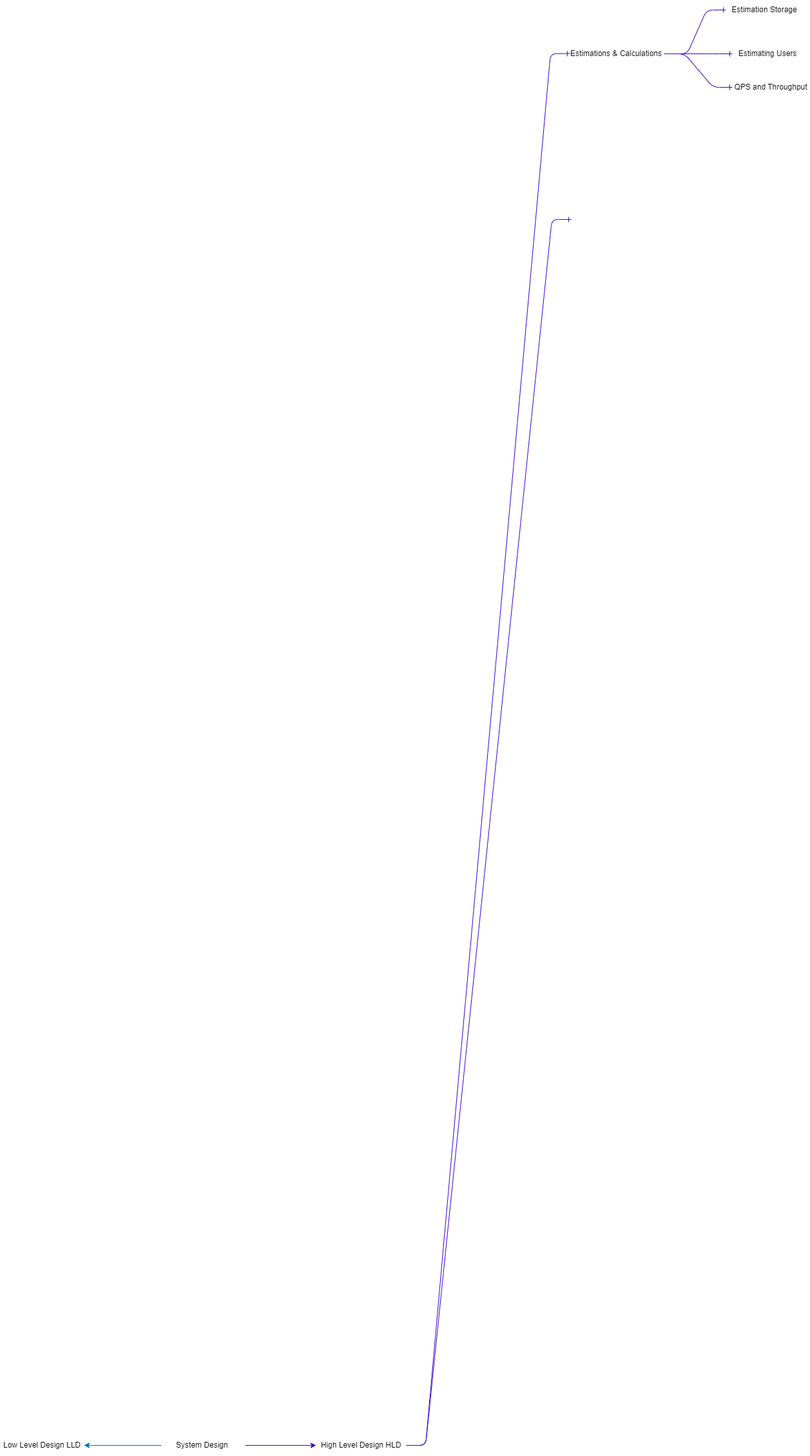
Earlier version of the draw.io export Resources/SystemDesign.drawio.png (srinivasrepo/dsa-programs). Source tidied: cells renumbered, new cells last; positions are measured from the earlier drawing's top-left corner, leaving out a move shared by most shapes. The source it was exported from:
```xml
<mxGraphModel>
  <root>
    <mxCell id="0" />
    <mxCell id="1" parent="0" />
    <mxCell id="2" style="edgeStyle=none;html=1;fillColor=#6a00ff;strokeColor=#3700CC;" parent="1" edge="1" source="4" target="5">
      <mxGeometry relative="1" as="geometry" />
    </mxCell>
    <mxCell id="3" style="edgeStyle=none;html=1;fillColor=#1ba1e2;strokeColor=#006EAF;" parent="1" edge="1" source="4" target="6">
      <mxGeometry relative="1" as="geometry" />
    </mxCell>
    <mxCell id="4" value="System Design&amp;nbsp;" style="text;html=1;strokeColor=none;fillColor=none;align=center;verticalAlign=middle;whiteSpace=wrap;rounded=0;" parent="1" vertex="1">
      <mxGeometry x="250" y="2226" width="130" height="32" as="geometry" />
    </mxCell>
    <mxCell id="5" value="High Level Design HLD" style="text;html=1;strokeColor=none;fillColor=none;align=center;verticalAlign=middle;whiteSpace=wrap;rounded=0;" parent="1" vertex="1">
      <mxGeometry x="490" y="2226" width="140" height="32" as="geometry" />
    </mxCell>
    <mxCell id="6" value="Low Level Design LLD" style="text;html=1;strokeColor=none;fillColor=none;align=center;verticalAlign=middle;whiteSpace=wrap;rounded=0;" parent="1" vertex="1">
      <mxGeometry y="2226" width="130" height="32" as="geometry" />
    </mxCell>
    <mxCell id="7" style="edgeStyle=entityRelationEdgeStyle;fontSize=12;html=1;endArrow=ERone;endFill=1;exitX=1;exitY=0.5;exitDx=0;exitDy=0;entryX=0.049;entryY=0.489;entryDx=0;entryDy=0;entryPerimeter=0;fillColor=#6a00ff;strokeColor=#3700CC;" parent="1" edge="1" source="5" target="9">
      <mxGeometry relative="1" as="geometry" />
    </mxCell>
    <mxCell id="8" style="edgeStyle=entityRelationEdgeStyle;fontSize=12;html=1;endArrow=ERone;endFill=1;exitX=1;exitY=0.5;exitDx=0;exitDy=0;fillColor=#6a00ff;strokeColor=#3700CC;" parent="1" edge="1" source="5">
      <mxGeometry relative="1" as="geometry">
        <mxPoint x="886" y="340" as="targetPoint" />
      </mxGeometry>
    </mxCell>
    <mxCell id="9" value="Estimations &amp;amp; Calculations" style="text;html=1;strokeColor=none;fillColor=none;align=center;verticalAlign=middle;whiteSpace=wrap;rounded=0;" parent="1" vertex="1">
      <mxGeometry x="876" y="68" width="160" height="30" as="geometry" />
    </mxCell>
    <mxCell id="10" style="edgeStyle=entityRelationEdgeStyle;fontSize=12;html=1;endArrow=ERone;endFill=1;exitX=1;exitY=0.5;exitDx=0;exitDy=0;fillColor=#6a00ff;strokeColor=#3700CC;strokeWidth=1;entryX=0;entryY=0.5;entryDx=0;entryDy=0;" parent="1" edge="1" source="9" target="13">
      <mxGeometry relative="1" as="geometry" />
    </mxCell>
    <mxCell id="11" style="edgeStyle=entityRelationEdgeStyle;fontSize=12;html=1;endArrow=ERone;endFill=1;exitX=1;exitY=0.5;exitDx=0;exitDy=0;fillColor=#6a00ff;strokeColor=#3700CC;entryX=0;entryY=0.5;entryDx=0;entryDy=0;" parent="1" edge="1" target="14">
      <mxGeometry relative="1" as="geometry">
        <mxPoint x="1030" y="83" as="sourcePoint" />
      </mxGeometry>
    </mxCell>
    <mxCell id="12" style="edgeStyle=entityRelationEdgeStyle;fontSize=12;html=1;endArrow=ERone;endFill=1;fillColor=#6a00ff;strokeColor=#3700CC;entryX=0;entryY=0.5;entryDx=0;entryDy=0;" parent="1" edge="1" target="15">
      <mxGeometry relative="1" as="geometry">
        <mxPoint x="1032" y="83" as="sourcePoint" />
      </mxGeometry>
    </mxCell>
    <mxCell id="13" value="Estimation Storage" style="text;html=1;strokeColor=none;fillColor=none;align=center;verticalAlign=middle;whiteSpace=wrap;rounded=0;" parent="1" vertex="1">
      <mxGeometry x="1126" width="120" height="30" as="geometry" />
    </mxCell>
    <mxCell id="14" value="Estimating Users" style="text;html=1;strokeColor=none;fillColor=none;align=center;verticalAlign=middle;whiteSpace=wrap;rounded=0;" parent="1" vertex="1">
      <mxGeometry x="1136" y="68" width="110" height="30" as="geometry" />
    </mxCell>
    <mxCell id="15" value="QPS and Throughput" style="text;html=1;strokeColor=none;fillColor=none;align=center;verticalAlign=middle;whiteSpace=wrap;rounded=0;" parent="1" vertex="1">
      <mxGeometry x="1136" y="120" width="120" height="30" as="geometry" />
    </mxCell>
  </root>
</mxGraphModel>
```
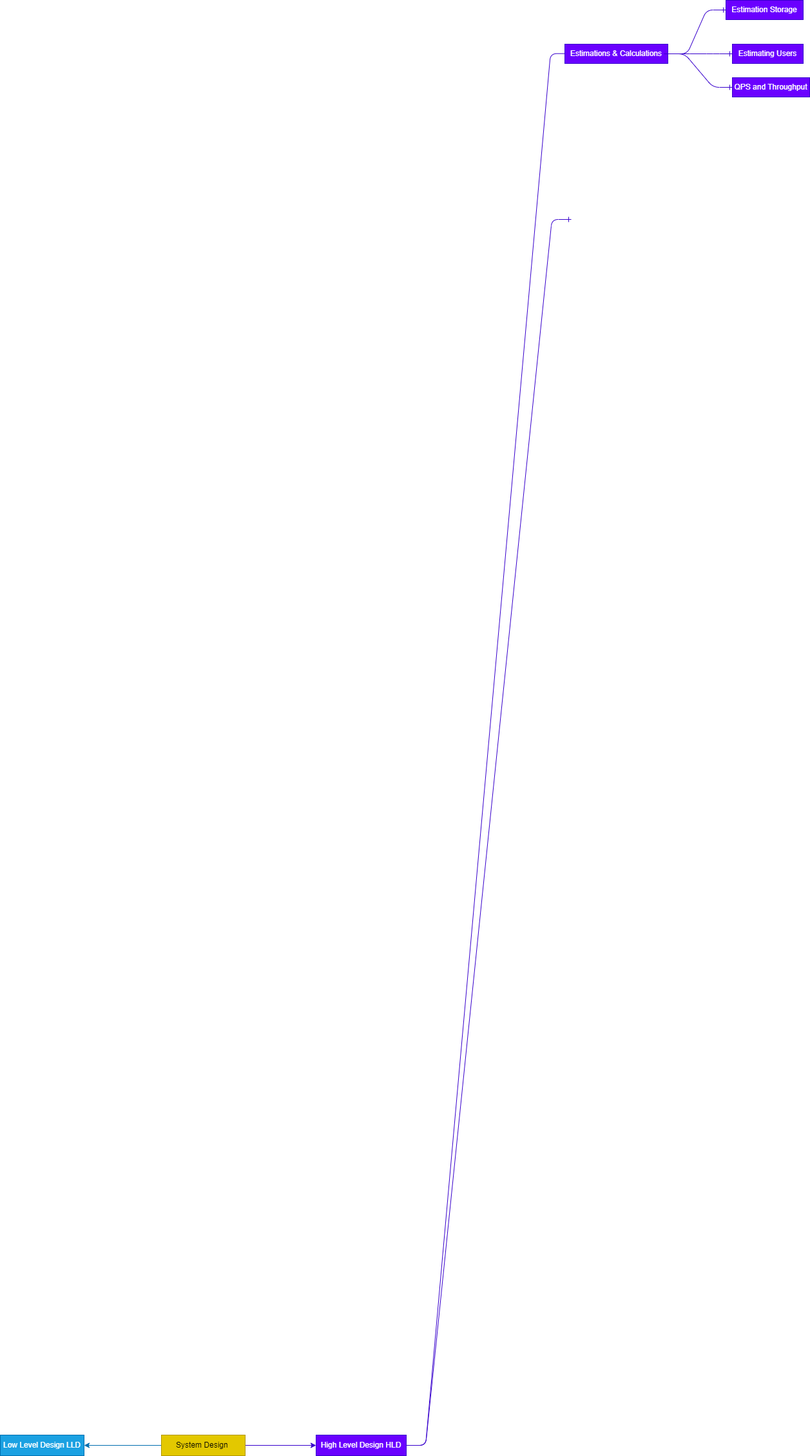
After the change.

Commit message:
added text box colors

Diff of the diagram source:
```diff
@@ -8,13 +8,13 @@
     <mxCell id="3" style="edgeStyle=none;html=1;fillColor=#1ba1e2;strokeColor=#006EAF;" parent="1" edge="1" source="4" target="6">
       <mxGeometry relative="1" as="geometry" />
     </mxCell>
-    <mxCell id="4" value="System Design&amp;nbsp;" style="text;html=1;strokeColor=none;fillColor=none;align=center;verticalAlign=middle;whiteSpace=wrap;rounded=0;" parent="1" vertex="1">
+    <mxCell id="4" value="System Design&amp;nbsp;" style="text;html=1;strokeColor=#B09500;fillColor=#e3c800;align=center;verticalAlign=middle;whiteSpace=wrap;rounded=0;fontColor=#000000;" parent="1" vertex="1">
       <mxGeometry x="250" y="2226" width="130" height="32" as="geometry" />
     </mxCell>
-    <mxCell id="5" value="High Level Design HLD" style="text;html=1;strokeColor=none;fillColor=none;align=center;verticalAlign=middle;whiteSpace=wrap;rounded=0;" parent="1" vertex="1">
+    <mxCell id="5" value="High Level Design HLD" style="text;html=1;strokeColor=#3700CC;fillColor=#6a00ff;align=center;verticalAlign=middle;whiteSpace=wrap;rounded=0;fontColor=#ffffff;" parent="1" vertex="1">
       <mxGeometry x="490" y="2226" width="140" height="32" as="geometry" />
     </mxCell>
-    <mxCell id="6" value="Low Level Design LLD" style="text;html=1;strokeColor=none;fillColor=none;align=center;verticalAlign=middle;whiteSpace=wrap;rounded=0;" parent="1" vertex="1">
+    <mxCell id="6" value="Low Level Design LLD" style="text;html=1;strokeColor=#006EAF;fillColor=#1ba1e2;align=center;verticalAlign=middle;whiteSpace=wrap;rounded=0;fontColor=#ffffff;" parent="1" vertex="1">
       <mxGeometry y="2226" width="130" height="32" as="geometry" />
     </mxCell>
     <mxCell id="7" style="edgeStyle=entityRelationEdgeStyle;fontSize=12;html=1;endArrow=ERone;endFill=1;exitX=1;exitY=0.5;exitDx=0;exitDy=0;entryX=0.049;entryY=0.489;entryDx=0;entryDy=0;entryPerimeter=0;fillColor=#6a00ff;strokeColor=#3700CC;" parent="1" edge="1" source="5" target="9">
@@ -25,7 +25,7 @@
         <mxPoint x="886" y="340" as="targetPoint" />
       </mxGeometry>
     </mxCell>
-    <mxCell id="9" value="Estimations &amp;amp; Calculations" style="text;html=1;strokeColor=none;fillColor=none;align=center;verticalAlign=middle;whiteSpace=wrap;rounded=0;" parent="1" vertex="1">
+    <mxCell id="9" value="Estimations &amp;amp; Calculations" style="text;html=1;strokeColor=#3700CC;fillColor=#6a00ff;align=center;verticalAlign=middle;whiteSpace=wrap;rounded=0;fontColor=#ffffff;" parent="1" vertex="1">
       <mxGeometry x="876" y="68" width="160" height="30" as="geometry" />
     </mxCell>
     <mxCell id="10" style="edgeStyle=entityRelationEdgeStyle;fontSize=12;html=1;endArrow=ERone;endFill=1;exitX=1;exitY=0.5;exitDx=0;exitDy=0;fillColor=#6a00ff;strokeColor=#3700CC;strokeWidth=1;entryX=0;entryY=0.5;entryDx=0;entryDy=0;" parent="1" edge="1" source="9" target="13">
@@ -41,13 +41,13 @@
         <mxPoint x="1032" y="83" as="sourcePoint" />
       </mxGeometry>
     </mxCell>
-    <mxCell id="13" value="Estimation Storage" style="text;html=1;strokeColor=none;fillColor=none;align=center;verticalAlign=middle;whiteSpace=wrap;rounded=0;" parent="1" vertex="1">
+    <mxCell id="13" value="Estimation Storage" style="text;html=1;strokeColor=#3700CC;fillColor=#6a00ff;align=center;verticalAlign=middle;whiteSpace=wrap;rounded=0;fontColor=#ffffff;" parent="1" vertex="1">
       <mxGeometry x="1126" width="120" height="30" as="geometry" />
     </mxCell>
-    <mxCell id="14" value="Estimating Users" style="text;html=1;strokeColor=none;fillColor=none;align=center;verticalAlign=middle;whiteSpace=wrap;rounded=0;" parent="1" vertex="1">
+    <mxCell id="14" value="Estimating Users" style="text;html=1;strokeColor=#3700CC;fillColor=#6a00ff;align=center;verticalAlign=middle;whiteSpace=wrap;rounded=0;fontColor=#ffffff;" parent="1" vertex="1">
       <mxGeometry x="1136" y="68" width="110" height="30" as="geometry" />
     </mxCell>
-    <mxCell id="15" value="QPS and Throughput" style="text;html=1;strokeColor=none;fillColor=none;align=center;verticalAlign=middle;whiteSpace=wrap;rounded=0;" parent="1" vertex="1">
+    <mxCell id="15" value="QPS and Throughput" style="text;html=1;strokeColor=#3700CC;fillColor=#6a00ff;align=center;verticalAlign=middle;whiteSpace=wrap;rounded=0;fontColor=#ffffff;" parent="1" vertex="1">
       <mxGeometry x="1136" y="120" width="120" height="30" as="geometry" />
     </mxCell>
   </root>
```
